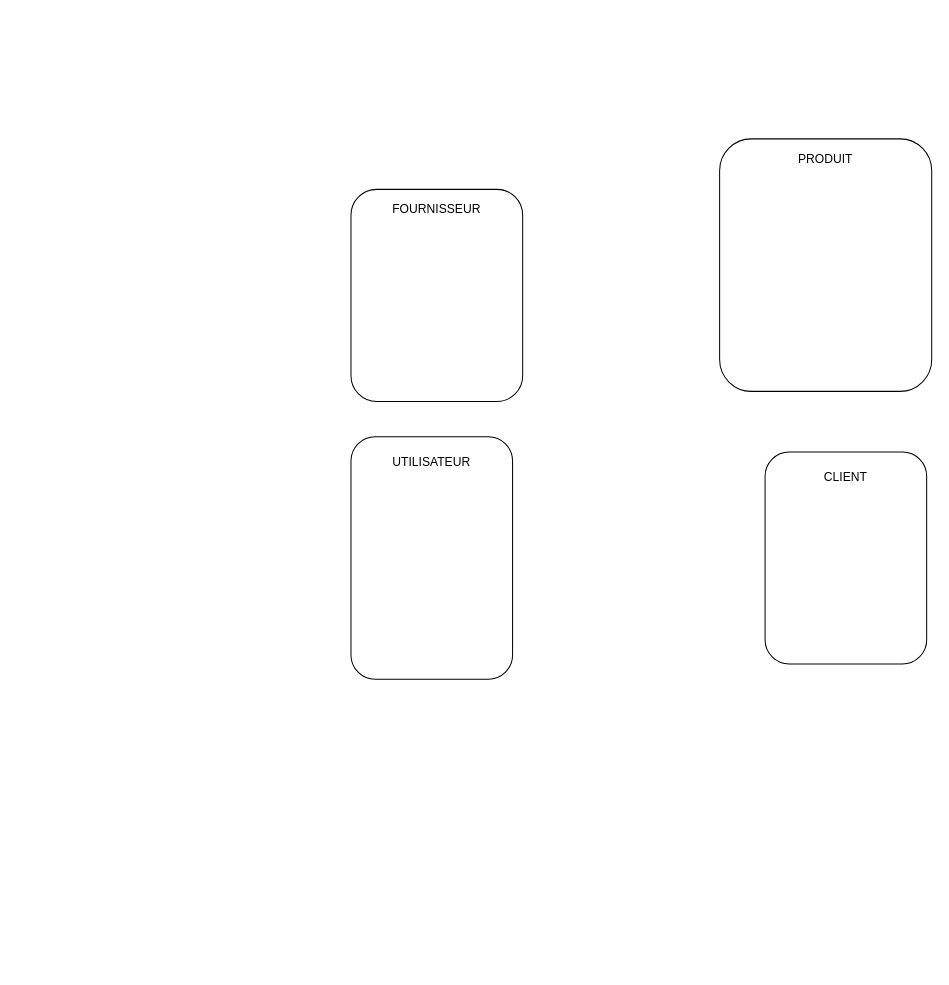
Above: Untitled Diagram.drawio in gui-lef/Groupe6 (draw.io), before the change. Source tidied: cells renumbered, new cells numbered last; positions are measured from the earlier drawing's top-left corner, leaving out a move shared by most shapes. Both pictures are drawn from the tidied source at 101%, with x=0, y=0 at pixel (350, 138).
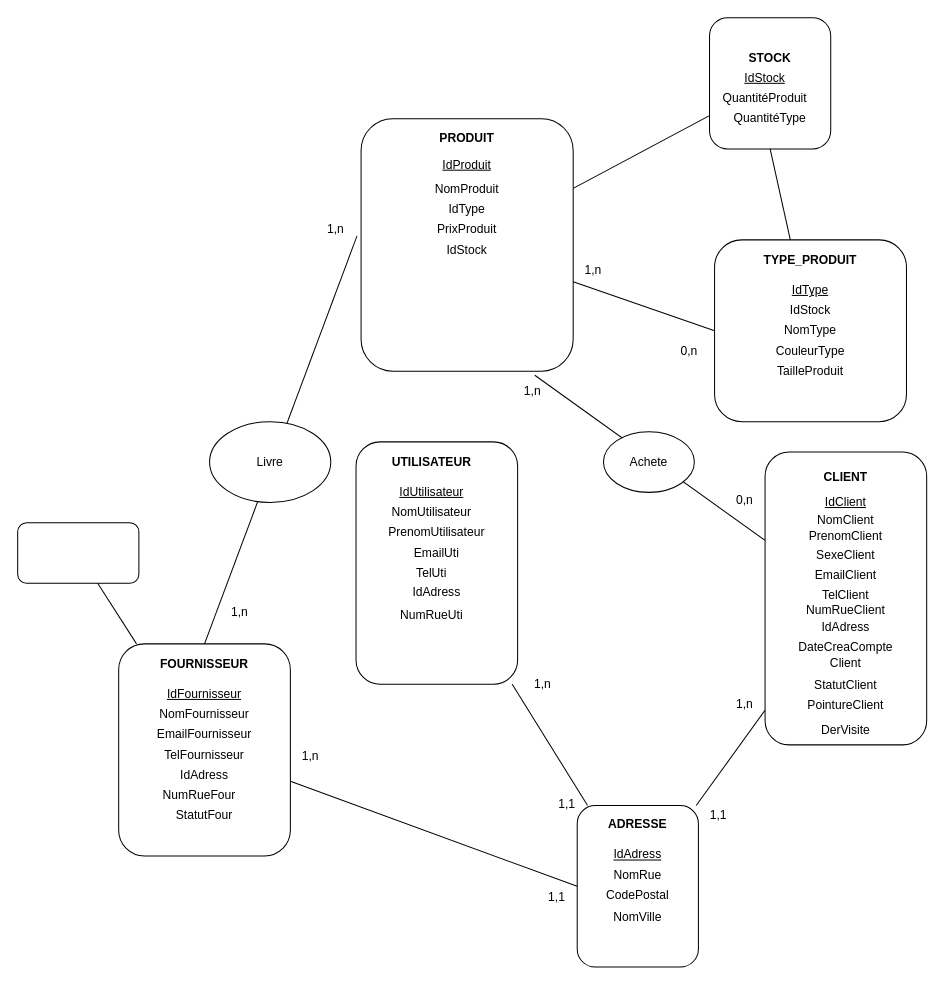
The same diagram, later.

Change to the diagram source:
```diff
@@
     <mxCell id="2" style="rounded=1;whiteSpace=wrap;html=1;" parent="1" vertex="1">
-      <mxGeometry y="50" width="170" height="210" as="geometry" />
+      <mxGeometry x="-230" y="500" width="170" height="210" as="geometry" />
     </mxCell>
     <mxCell id="3" style="rounded=1;whiteSpace=wrap;html=1;" parent="1" vertex="1">
-      <mxGeometry x="365" width="210" height="250" as="geometry" />
+      <mxGeometry x="10" y="-20" width="210" height="250" as="geometry" />
     </mxCell>
     <mxCell id="4" style="rounded=1;whiteSpace=wrap;html=1;" parent="1" vertex="1">
-      <mxGeometry y="295" width="160" height="240" as="geometry" />
+      <mxGeometry x="5" y="300" width="160" height="240" as="geometry" />
     </mxCell>
     <mxCell id="5" style="rounded=1;whiteSpace=wrap;html=1;" parent="1" vertex="1">
-      <mxGeometry x="410" y="310" width="160" height="210" as="geometry" />
+      <mxGeometry x="410" y="310" width="160" height="290" as="geometry" />
     </mxCell>
-    <mxCell id="6" value="PRODUIT" style="text;html=1;strokeColor=none;fillColor=none;align=center;verticalAlign=middle;whiteSpace=wrap;rounded=0;" parent="1" vertex="1">
-      <mxGeometry x="450" y="10" width="40" height="20" as="geometry" />
+    <mxCell id="6" value="PRODUIT" style="text;html=1;strokeColor=none;fillColor=none;align=center;verticalAlign=middle;whiteSpace=wrap;rounded=0;fontStyle=1;" parent="1" vertex="1">
+      <mxGeometry x="95" y="-10" width="40" height="20" as="geometry" />
     </mxCell>
-    <mxCell id="7" value="CLIENT" style="text;html=1;strokeColor=none;fillColor=none;align=center;verticalAlign=middle;whiteSpace=wrap;rounded=0;" parent="1" vertex="1">
+    <mxCell id="7" value="CLIENT" style="text;html=1;strokeColor=none;fillColor=none;align=center;verticalAlign=middle;whiteSpace=wrap;rounded=0;fontStyle=1;" parent="1" vertex="1">
       <mxGeometry x="470" y="320" width="40" height="30" as="geometry" />
     </mxCell>
-    <mxCell id="8" value="FOURNISSEUR" style="text;html=1;strokeColor=none;fillColor=none;align=center;verticalAlign=middle;whiteSpace=wrap;rounded=0;" parent="1" vertex="1">
-      <mxGeometry x="65" y="60" width="40" height="20" as="geometry" />
+    <mxCell id="8" value="FOURNISSEUR" style="text;html=1;strokeColor=none;fillColor=none;align=center;verticalAlign=middle;whiteSpace=wrap;rounded=0;fontStyle=1;" parent="1" vertex="1">
+      <mxGeometry x="-165" y="510" width="40" height="20" as="geometry" />
     </mxCell>
-    <mxCell id="9" value="UTILISATEUR" style="text;html=1;strokeColor=none;fillColor=none;align=center;verticalAlign=middle;whiteSpace=wrap;rounded=0;" parent="1" vertex="1">
+    <mxCell id="9" value="UTILISATEUR" style="text;html=1;strokeColor=none;fillColor=none;align=center;verticalAlign=middle;whiteSpace=wrap;rounded=0;fontStyle=1;" parent="1" vertex="1">
       <mxGeometry x="60" y="310" width="40" height="20" as="geometry" />
     </mxCell>
+    <mxCell id="10" value="IdUtilisateur" style="text;html=1;strokeColor=none;fillColor=none;align=center;verticalAlign=middle;whiteSpace=wrap;rounded=0;fontStyle=4;" parent="1" vertex="1">
+      <mxGeometry x="60" y="340" width="40" height="20" as="geometry" />
+    </mxCell>
+    <mxCell id="11" value="IdClient" style="text;html=1;strokeColor=none;fillColor=none;align=center;verticalAlign=middle;whiteSpace=wrap;rounded=0;fontStyle=4;" parent="1" vertex="1">
+      <mxGeometry x="470" y="350" width="40" height="20" as="geometry" />
+    </mxCell>
+    <mxCell id="12" value="IdFournisseur" style="text;html=1;strokeColor=none;fillColor=none;align=center;verticalAlign=middle;whiteSpace=wrap;rounded=0;fontStyle=4;" parent="1" vertex="1">
+      <mxGeometry x="-165" y="540" width="40" height="20" as="geometry" />
+    </mxCell>
+    <mxCell id="13" value="IdProduit" style="text;html=1;strokeColor=none;fillColor=none;align=center;verticalAlign=middle;whiteSpace=wrap;rounded=0;fontStyle=4;" parent="1" vertex="1">
+      <mxGeometry x="95" y="16" width="40" height="20" as="geometry" />
+    </mxCell>
+    <mxCell id="14" value="NomUtilisateur" style="text;html=1;strokeColor=none;fillColor=none;align=center;verticalAlign=middle;whiteSpace=wrap;rounded=0;" parent="1" vertex="1">
+      <mxGeometry x="60" y="360" width="40" height="20" as="geometry" />
+    </mxCell>
+    <mxCell id="15" value="PrenomUtilisateur" style="text;html=1;strokeColor=none;fillColor=none;align=center;verticalAlign=middle;whiteSpace=wrap;rounded=0;" parent="1" vertex="1">
+      <mxGeometry x="65" y="380" width="40" height="20" as="geometry" />
+    </mxCell>
+    <mxCell id="16" value="EmailUti" style="text;html=1;strokeColor=none;fillColor=none;align=center;verticalAlign=middle;whiteSpace=wrap;rounded=0;" parent="1" vertex="1">
+      <mxGeometry x="65" y="400" width="40" height="20" as="geometry" />
+    </mxCell>
+    <mxCell id="17" value="TelUti" style="text;html=1;strokeColor=none;fillColor=none;align=center;verticalAlign=middle;whiteSpace=wrap;rounded=0;" parent="1" vertex="1">
+      <mxGeometry x="60" y="420" width="40" height="20" as="geometry" />
+    </mxCell>
+    <mxCell id="18" value="PrenomClient" style="text;html=1;strokeColor=none;fillColor=none;align=center;verticalAlign=middle;whiteSpace=wrap;rounded=0;" parent="1" vertex="1">
+      <mxGeometry x="470" y="384" width="40" height="20" as="geometry" />
+    </mxCell>
+    <mxCell id="19" value="EmailClient" style="text;html=1;strokeColor=none;fillColor=none;align=center;verticalAlign=middle;whiteSpace=wrap;rounded=0;" parent="1" vertex="1">
+      <mxGeometry x="470" y="422" width="40" height="20" as="geometry" />
+    </mxCell>
+    <mxCell id="20" value="NomClient" style="text;html=1;strokeColor=none;fillColor=none;align=center;verticalAlign=middle;whiteSpace=wrap;rounded=0;" parent="1" vertex="1">
+      <mxGeometry x="470" y="368" width="40" height="20" as="geometry" />
+    </mxCell>
+    <mxCell id="21" value="IdAdress" style="text;html=1;strokeColor=none;fillColor=none;align=center;verticalAlign=middle;whiteSpace=wrap;rounded=0;" parent="1" vertex="1">
+      <mxGeometry x="470" y="474" width="40" height="20" as="geometry" />
+    </mxCell>
+    <mxCell id="22" value="IdAdress" style="text;html=1;strokeColor=none;fillColor=none;align=center;verticalAlign=middle;whiteSpace=wrap;rounded=0;" parent="1" vertex="1">
+      <mxGeometry x="65" y="439" width="40" height="20" as="geometry" />
+    </mxCell>
+    <mxCell id="23" style="rounded=1;whiteSpace=wrap;html=1;" parent="1" vertex="1">
+      <mxGeometry x="224" y="660" width="120" height="160" as="geometry" />
+    </mxCell>
+    <mxCell id="24" value="IdAdress" style="text;html=1;strokeColor=none;fillColor=none;align=center;verticalAlign=middle;whiteSpace=wrap;rounded=0;fontStyle=4;" parent="1" vertex="1">
+      <mxGeometry x="264" y="699" width="40" height="20" as="geometry" />
+    </mxCell>
+    <mxCell id="25" value="ADRESSE" style="text;html=1;strokeColor=none;fillColor=none;align=center;verticalAlign=middle;whiteSpace=wrap;rounded=0;fontStyle=1;" parent="1" vertex="1">
+      <mxGeometry x="264" y="669" width="40" height="20" as="geometry" />
+    </mxCell>
+    <mxCell id="26" value="NumRueClient" style="text;html=1;strokeColor=none;fillColor=none;align=center;verticalAlign=middle;whiteSpace=wrap;rounded=0;" parent="1" vertex="1">
+      <mxGeometry x="470" y="457" width="40" height="20" as="geometry" />
+    </mxCell>
+    <mxCell id="27" value="NomRue" style="text;html=1;strokeColor=none;fillColor=none;align=center;verticalAlign=middle;whiteSpace=wrap;rounded=0;" parent="1" vertex="1">
+      <mxGeometry x="264" y="719" width="40" height="20" as="geometry" />
+    </mxCell>
+    <mxCell id="28" value="CodePostal" style="text;html=1;strokeColor=none;fillColor=none;align=center;verticalAlign=middle;whiteSpace=wrap;rounded=0;" parent="1" vertex="1">
+      <mxGeometry x="264" y="739" width="40" height="20" as="geometry" />
+    </mxCell>
+    <mxCell id="29" value="NomVille" style="text;html=1;strokeColor=none;fillColor=none;align=center;verticalAlign=middle;whiteSpace=wrap;rounded=0;" parent="1" vertex="1">
+      <mxGeometry x="264" y="761" width="40" height="20" as="geometry" />
+    </mxCell>
+    <mxCell id="30" style="endArrow=none;html=1;" parent="1" edge="1" source="23" target="5">
+      <mxGeometry relative="1" as="geometry" />
+    </mxCell>
+    <mxCell id="31" style="endArrow=none;html=1;" parent="1" edge="1" source="23" target="4">
+      <mxGeometry relative="1" as="geometry" />
+    </mxCell>
+    <mxCell id="32" value="TelClient" style="text;html=1;strokeColor=none;fillColor=none;align=center;verticalAlign=middle;whiteSpace=wrap;rounded=0;" parent="1" vertex="1">
+      <mxGeometry x="470" y="442" width="40" height="20" as="geometry" />
+    </mxCell>
+    <mxCell id="33" value="DerVisite" style="text;html=1;strokeColor=none;fillColor=none;align=center;verticalAlign=middle;whiteSpace=wrap;rounded=0;" parent="1" vertex="1">
+      <mxGeometry x="470" y="571" width="40" height="30" as="geometry" />
+    </mxCell>
+    <mxCell id="34" value="DateCreaCompte Client" style="text;html=1;strokeColor=none;fillColor=none;align=center;verticalAlign=middle;whiteSpace=wrap;rounded=0;" parent="1" vertex="1">
+      <mxGeometry x="470" y="501" width="40" height="20" as="geometry" />
+    </mxCell>
+    <mxCell id="35" value="StatutClient" style="text;html=1;strokeColor=none;fillColor=none;align=center;verticalAlign=middle;whiteSpace=wrap;rounded=0;" parent="1" vertex="1">
+      <mxGeometry x="470" y="531" width="40" height="20" as="geometry" />
+    </mxCell>
+    <mxCell id="36" value="PointureClient" style="text;html=1;strokeColor=none;fillColor=none;align=center;verticalAlign=middle;whiteSpace=wrap;rounded=0;" parent="1" vertex="1">
+      <mxGeometry x="470" y="551" width="40" height="20" as="geometry" />
+    </mxCell>
+    <mxCell id="37" value="SexeClient" style="text;html=1;strokeColor=none;fillColor=none;align=center;verticalAlign=middle;whiteSpace=wrap;rounded=0;" parent="1" vertex="1">
+      <mxGeometry x="470" y="402" width="40" height="20" as="geometry" />
+    </mxCell>
+    <mxCell id="38" value="NomProduit" style="text;html=1;strokeColor=none;fillColor=none;align=center;verticalAlign=middle;whiteSpace=wrap;rounded=0;" parent="1" vertex="1">
+      <mxGeometry x="95" y="40" width="40" height="20" as="geometry" />
+    </mxCell>
+    <mxCell id="39" value="IdType" style="text;html=1;strokeColor=none;fillColor=none;align=center;verticalAlign=middle;whiteSpace=wrap;rounded=0;" parent="1" vertex="1">
+      <mxGeometry x="95" y="60" width="40" height="20" as="geometry" />
+    </mxCell>
+    <mxCell id="40" value="PrixProduit" style="text;html=1;strokeColor=none;fillColor=none;align=center;verticalAlign=middle;whiteSpace=wrap;rounded=0;" parent="1" vertex="1">
+      <mxGeometry x="95" y="80" width="40" height="20" as="geometry" />
+    </mxCell>
+    <mxCell id="41" style="rounded=1;whiteSpace=wrap;html=1;" parent="1" vertex="1">
+      <mxGeometry x="360" y="100" width="190" height="180" as="geometry" />
+    </mxCell>
+    <mxCell id="42" value="TYPE_PRODUIT" style="text;html=1;strokeColor=none;fillColor=none;align=center;verticalAlign=middle;whiteSpace=wrap;rounded=0;fontStyle=1;" parent="1" vertex="1">
+      <mxGeometry x="435" y="110" width="40" height="20" as="geometry" />
+    </mxCell>
+    <mxCell id="43" value="IdType" style="text;html=1;strokeColor=none;fillColor=none;align=center;verticalAlign=middle;whiteSpace=wrap;rounded=0;fontStyle=4;" parent="1" vertex="1">
+      <mxGeometry x="435" y="140" width="40" height="20" as="geometry" />
+    </mxCell>
+    <mxCell id="44" style="rounded=1;whiteSpace=wrap;html=1;" parent="1" vertex="1">
+      <mxGeometry x="-330" y="380" width="120" height="60" as="geometry" />
+    </mxCell>
+    <mxCell id="45" style="rounded=1;whiteSpace=wrap;html=1;" parent="1" vertex="1">
+      <mxGeometry x="355" y="-120" width="120" height="130" as="geometry" />
+    </mxCell>
+    <mxCell id="46" value="STOCK" style="text;html=1;strokeColor=none;fillColor=none;align=center;verticalAlign=middle;whiteSpace=wrap;rounded=0;fontStyle=1;" parent="1" vertex="1">
+      <mxGeometry x="395" y="-90" width="40" height="20" as="geometry" />
+    </mxCell>
+    <mxCell id="47" value="QuantitéProduit" style="text;html=1;strokeColor=none;fillColor=none;align=center;verticalAlign=middle;whiteSpace=wrap;rounded=0;" parent="1" vertex="1">
+      <mxGeometry x="390" y="-50" width="40" height="20" as="geometry" />
+    </mxCell>
+    <mxCell id="48" value="IdStock" style="text;html=1;strokeColor=none;fillColor=none;align=center;verticalAlign=middle;whiteSpace=wrap;rounded=0;fontStyle=4;" parent="1" vertex="1">
+      <mxGeometry x="390" y="-70" width="40" height="20" as="geometry" />
+    </mxCell>
+    <mxCell id="49" value="IdStock" style="text;html=1;strokeColor=none;fillColor=none;align=center;verticalAlign=middle;whiteSpace=wrap;rounded=0;" parent="1" vertex="1">
+      <mxGeometry x="435" y="160" width="40" height="20" as="geometry" />
+    </mxCell>
+    <mxCell id="50" value="IdStock" style="text;html=1;strokeColor=none;fillColor=none;align=center;verticalAlign=middle;whiteSpace=wrap;rounded=0;" parent="1" vertex="1">
+      <mxGeometry x="95" y="100" width="40" height="20" as="geometry" />
+    </mxCell>
+    <mxCell id="51" value="QuantitéType" style="text;html=1;strokeColor=none;fillColor=none;align=center;verticalAlign=middle;whiteSpace=wrap;rounded=0;" parent="1" vertex="1">
+      <mxGeometry x="395" y="-30" width="40" height="20" as="geometry" />
+    </mxCell>
+    <mxCell id="52" style="endArrow=none;html=1;" parent="1" edge="1" source="3" target="45">
+      <mxGeometry relative="1" as="geometry" />
+    </mxCell>
+    <mxCell id="53" style="endArrow=none;html=1;entryX=0.5;entryY=1;entryDx=0;entryDy=0;" parent="1" edge="1" source="41" target="45">
+      <mxGeometry relative="1" as="geometry" />
+    </mxCell>
+    <mxCell id="54" value="NomType" style="text;html=1;strokeColor=none;fillColor=none;align=center;verticalAlign=middle;whiteSpace=wrap;rounded=0;" parent="1" vertex="1">
+      <mxGeometry x="435" y="180" width="40" height="20" as="geometry" />
+    </mxCell>
+    <mxCell id="55" value="CouleurType" style="text;html=1;strokeColor=none;fillColor=none;align=center;verticalAlign=middle;whiteSpace=wrap;rounded=0;" parent="1" vertex="1">
+      <mxGeometry x="435" y="200" width="40" height="20" as="geometry" />
+    </mxCell>
+    <mxCell id="56" value="TailleProduit" style="text;html=1;strokeColor=none;fillColor=none;align=center;verticalAlign=middle;whiteSpace=wrap;rounded=0;" parent="1" vertex="1">
+      <mxGeometry x="435" y="220" width="40" height="20" as="geometry" />
+    </mxCell>
+    <mxCell id="57" style="endArrow=none;html=1;entryX=0;entryY=0.5;entryDx=0;entryDy=0;" parent="1" edge="1" source="3" target="41">
+      <mxGeometry relative="1" as="geometry" />
+    </mxCell>
+    <mxCell id="58" style="endArrow=none;html=1;" parent="1" edge="1" source="2" target="44">
+      <mxGeometry relative="1" as="geometry" />
+    </mxCell>
+    <mxCell id="59" value="NomFournisseur" style="text;html=1;strokeColor=none;fillColor=none;align=center;verticalAlign=middle;whiteSpace=wrap;rounded=0;" parent="1" vertex="1">
+      <mxGeometry x="-165" y="560" width="40" height="20" as="geometry" />
+    </mxCell>
+    <mxCell id="60" value="EmailFournisseur" style="text;html=1;strokeColor=none;fillColor=none;align=center;verticalAlign=middle;whiteSpace=wrap;rounded=0;" parent="1" vertex="1">
+      <mxGeometry x="-165" y="580" width="40" height="20" as="geometry" />
+    </mxCell>
+    <mxCell id="61" value="TelFournisseur" style="text;html=1;strokeColor=none;fillColor=none;align=center;verticalAlign=middle;whiteSpace=wrap;rounded=0;" parent="1" vertex="1">
+      <mxGeometry x="-165" y="600" width="40" height="20" as="geometry" />
+    </mxCell>
+    <mxCell id="62" value="NumRueUti" style="text;html=1;strokeColor=none;fillColor=none;align=center;verticalAlign=middle;whiteSpace=wrap;rounded=0;" parent="1" vertex="1">
+      <mxGeometry x="60" y="462" width="40" height="20" as="geometry" />
+    </mxCell>
+    <mxCell id="63" value="IdAdress" style="text;html=1;strokeColor=none;fillColor=none;align=center;verticalAlign=middle;whiteSpace=wrap;rounded=0;" parent="1" vertex="1">
+      <mxGeometry x="-165" y="620" width="40" height="20" as="geometry" />
+    </mxCell>
+    <mxCell id="64" value="NumRueFour" style="text;html=1;strokeColor=none;fillColor=none;align=center;verticalAlign=middle;whiteSpace=wrap;rounded=0;" parent="1" vertex="1">
+      <mxGeometry x="-170" y="640" width="40" height="20" as="geometry" />
+    </mxCell>
+    <mxCell id="65" style="endArrow=none;html=1;entryX=0;entryY=0.5;entryDx=0;entryDy=0;" parent="1" edge="1" source="2" target="23">
+      <mxGeometry relative="1" as="geometry" />
+    </mxCell>
+    <mxCell id="66" value="StatutFour" style="text;html=1;strokeColor=none;fillColor=none;align=center;verticalAlign=middle;whiteSpace=wrap;rounded=0;" parent="1" vertex="1">
+      <mxGeometry x="-165" y="660" width="40" height="20" as="geometry" />
+    </mxCell>
+    <mxCell id="67" value="1,n" style="text;html=1;strokeColor=none;fillColor=none;align=center;verticalAlign=middle;whiteSpace=wrap;rounded=0;" parent="1" vertex="1">
+      <mxGeometry x="-35" y="80" width="40" height="20" as="geometry" />
+    </mxCell>
+    <mxCell id="68" style="endArrow=none;html=1;entryX=0.5;entryY=0;entryDx=0;entryDy=0;exitX=-0.019;exitY=0.464;exitDx=0;exitDy=0;exitPerimeter=0;" parent="1" edge="1" source="3" target="2">
+      <mxGeometry relative="1" as="geometry" />
+    </mxCell>
+    <mxCell id="69" value="1,n" style="text;html=1;strokeColor=none;fillColor=none;align=center;verticalAlign=middle;whiteSpace=wrap;rounded=0;" parent="1" vertex="1">
+      <mxGeometry x="220" y="120" width="40" height="20" as="geometry" />
+    </mxCell>
+    <mxCell id="70" value="1,n" style="text;html=1;strokeColor=none;fillColor=none;align=center;verticalAlign=middle;whiteSpace=wrap;rounded=0;" parent="1" vertex="1">
+      <mxGeometry x="-130" y="459" width="40" height="20" as="geometry" />
+    </mxCell>
+    <mxCell id="71" value="0,n" style="text;html=1;strokeColor=none;fillColor=none;align=center;verticalAlign=middle;whiteSpace=wrap;rounded=0;" parent="1" vertex="1">
+      <mxGeometry x="315" y="200" width="40" height="20" as="geometry" />
+    </mxCell>
+    <mxCell id="72" value="1,1" style="text;html=1;strokeColor=none;fillColor=none;align=center;verticalAlign=middle;whiteSpace=wrap;rounded=0;" parent="1" vertex="1">
+      <mxGeometry x="184" y="741" width="40" height="20" as="geometry" />
+    </mxCell>
+    <mxCell id="73" value="1,n" style="text;html=1;strokeColor=none;fillColor=none;align=center;verticalAlign=middle;whiteSpace=wrap;rounded=0;" parent="1" vertex="1">
+      <mxGeometry x="-60" y="601" width="40" height="20" as="geometry" />
+    </mxCell>
+    <mxCell id="74" value="1,n" style="text;html=1;strokeColor=none;fillColor=none;align=center;verticalAlign=middle;whiteSpace=wrap;rounded=0;" parent="1" vertex="1">
+      <mxGeometry x="370" y="550" width="40" height="20" as="geometry" />
+    </mxCell>
+    <mxCell id="75" value="1,n" style="text;html=1;strokeColor=none;fillColor=none;align=center;verticalAlign=middle;whiteSpace=wrap;rounded=0;" parent="1" vertex="1">
+      <mxGeometry x="170" y="530" width="40" height="20" as="geometry" />
+    </mxCell>
+    <mxCell id="76" value="1,1" style="text;html=1;strokeColor=none;fillColor=none;align=center;verticalAlign=middle;whiteSpace=wrap;rounded=0;" parent="1" vertex="1">
+      <mxGeometry x="344" y="660" width="40" height="20" as="geometry" />
+    </mxCell>
+    <mxCell id="77" value="1,1" style="text;html=1;strokeColor=none;fillColor=none;align=center;verticalAlign=middle;whiteSpace=wrap;rounded=0;" parent="1" vertex="1">
+      <mxGeometry x="194" y="649" width="40" height="20" as="geometry" />
+    </mxCell>
+    <mxCell id="78" style="ellipse;whiteSpace=wrap;html=1;" parent="1" vertex="1">
+      <mxGeometry x="-140" y="280" width="120" height="80" as="geometry" />
+    </mxCell>
+    <mxCell id="79" value="Livre" style="text;html=1;strokeColor=none;fillColor=none;align=center;verticalAlign=middle;whiteSpace=wrap;rounded=0;" parent="1" vertex="1">
+      <mxGeometry x="-100" y="310" width="40" height="20" as="geometry" />
+    </mxCell>
+    <mxCell id="80" style="endArrow=none;html=1;entryX=0.819;entryY=1.016;entryDx=0;entryDy=0;entryPerimeter=0;" parent="1" edge="1" source="5" target="3">
+      <mxGeometry relative="1" as="geometry" />
+    </mxCell>
+    <mxCell id="81" value="Achete" style="ellipse;whiteSpace=wrap;html=1;" parent="1" vertex="1">
+      <mxGeometry x="250" y="290" width="90" height="60" as="geometry" />
+    </mxCell>
+    <mxCell id="82" value="1,n" style="text;html=1;strokeColor=none;fillColor=none;align=center;verticalAlign=middle;whiteSpace=wrap;rounded=0;" parent="1" vertex="1">
+      <mxGeometry x="160" y="240" width="40" height="20" as="geometry" />
+    </mxCell>
+    <mxCell id="83" value="0,n" style="text;html=1;strokeColor=none;fillColor=none;align=center;verticalAlign=middle;whiteSpace=wrap;rounded=0;" parent="1" vertex="1">
+      <mxGeometry x="370" y="348" width="40" height="20" as="geometry" />
+    </mxCell>
```
